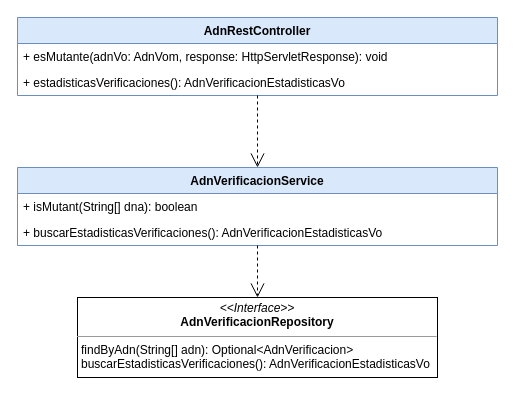
juliomachillanda1/detector-mutantes keeps this draw.io diagram as page "Clases" (2 of 3) of doc/diagramas/diagramas-uml.drawio. Above is the earlier version. Source tidied: cells renumbered, new cells numbered last; positions are measured from the earlier drawing's top-left corner, leaving out a move shared by most shapes. Both pictures are drawn from the tidied source at 100%, with x=0, y=0 at pixel (17, 17).
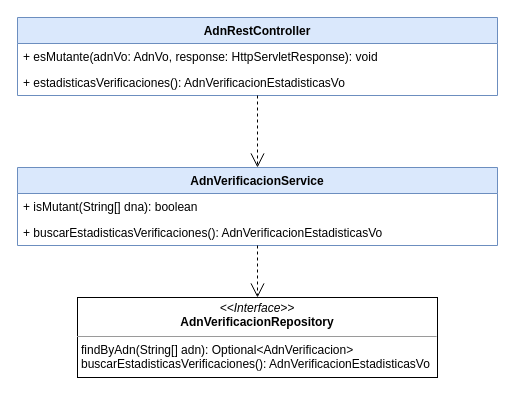
The same page after the edit.

Change to the diagram source:
```diff
@@
 <mxGraphModel>
   <root>
     <mxCell id="0" />
     <mxCell id="1" parent="0" />
     <mxCell id="2" value="AdnRestController" style="swimlane;fontStyle=1;align=center;verticalAlign=top;horizontal=1;startSize=26;fillColor=#dae8fc;strokeColor=#6c8ebf;" parent="1" vertex="1">
       <mxGeometry width="480" height="78" as="geometry" />
     </mxCell>
-    <mxCell id="3" value="+ esMutante(adnVo: AdnVom, response: HttpServletResponse): void" style="text;strokeColor=none;fillColor=none;align=left;verticalAlign=top;spacingLeft=4;spacingRight=4;overflow=hidden;" parent="2" vertex="1">
+    <mxCell id="3" value="+ esMutante(adnVo: AdnVo, response: HttpServletResponse): void" style="text;strokeColor=none;fillColor=none;align=left;verticalAlign=top;spacingLeft=4;spacingRight=4;overflow=hidden;" parent="2" vertex="1">
       <mxGeometry y="26" width="480" height="26" as="geometry" />
     </mxCell>
     <mxCell id="4" value="+ estadisticasVerificaciones(): AdnVerificacionEstadisticasVo" style="text;strokeColor=none;fillColor=none;align=left;verticalAlign=top;spacingLeft=4;spacingRight=4;overflow=hidden;" parent="2" vertex="1">
       <mxGeometry y="52" width="480" height="26" as="geometry" />
     </mxCell>
     <mxCell id="5" value="AdnVerificacionService" style="swimlane;fontStyle=1;align=center;verticalAlign=top;horizontal=1;startSize=26;fillColor=#dae8fc;strokeColor=#6c8ebf;" parent="1" vertex="1">
       <mxGeometry y="150" width="480" height="78" as="geometry" />
     </mxCell>
     <mxCell id="6" value="+ isMutant(String[] dna): boolean" style="text;strokeColor=none;fillColor=none;align=left;verticalAlign=top;spacingLeft=4;spacingRight=4;overflow=hidden;" parent="5" vertex="1">
       <mxGeometry y="26" width="480" height="26" as="geometry" />
     </mxCell>
     <mxCell id="7" value="+ buscarEstadisticasVerificaciones(): AdnVerificacionEstadisticasVo" style="text;strokeColor=none;fillColor=none;align=left;verticalAlign=top;spacingLeft=4;spacingRight=4;overflow=hidden;" parent="5" vertex="1">
       <mxGeometry y="52" width="480" height="26" as="geometry" />
     </mxCell>
     <mxCell id="8" value="&lt;p style=&quot;margin: 4px 0px 0px ; text-align: center&quot;&gt;&lt;i&gt;&amp;lt;&amp;lt;Interface&amp;gt;&amp;gt;&lt;/i&gt;&lt;br&gt;&lt;b&gt;AdnVerificacionRepository&lt;/b&gt;&lt;/p&gt;&lt;hr size=&quot;1&quot;&gt;&lt;p style=&quot;margin: 0px 0px 0px 4px&quot;&gt;findByAdn(String[] adn): Optional&amp;lt;AdnVerificacion&amp;gt;&lt;/p&gt;&lt;p style=&quot;margin: 0px 0px 0px 4px&quot;&gt;buscarEstadisticasVerificaciones(): AdnVerificacionEstadisticasVo&lt;/p&gt;" style="verticalAlign=top;align=left;overflow=fill;fontSize=12;fontFamily=Helvetica;html=1;" parent="1" vertex="1">
       <mxGeometry x="60" y="280" width="360" height="80" as="geometry" />
     </mxCell>
     <mxCell id="9" value="Use" style="endArrow=open;endSize=12;dashed=1;html=1;noLabel=1;fontColor=none;" parent="1" edge="1" source="2" target="5">
       <mxGeometry relative="1" as="geometry" />
     </mxCell>
     <mxCell id="10" value="Use" style="endArrow=open;endSize=12;dashed=1;html=1;noLabel=1;fontColor=none;" parent="1" edge="1" source="5" target="8">
       <mxGeometry relative="1" as="geometry" />
     </mxCell>
   </root>
 </mxGraphModel>
```
